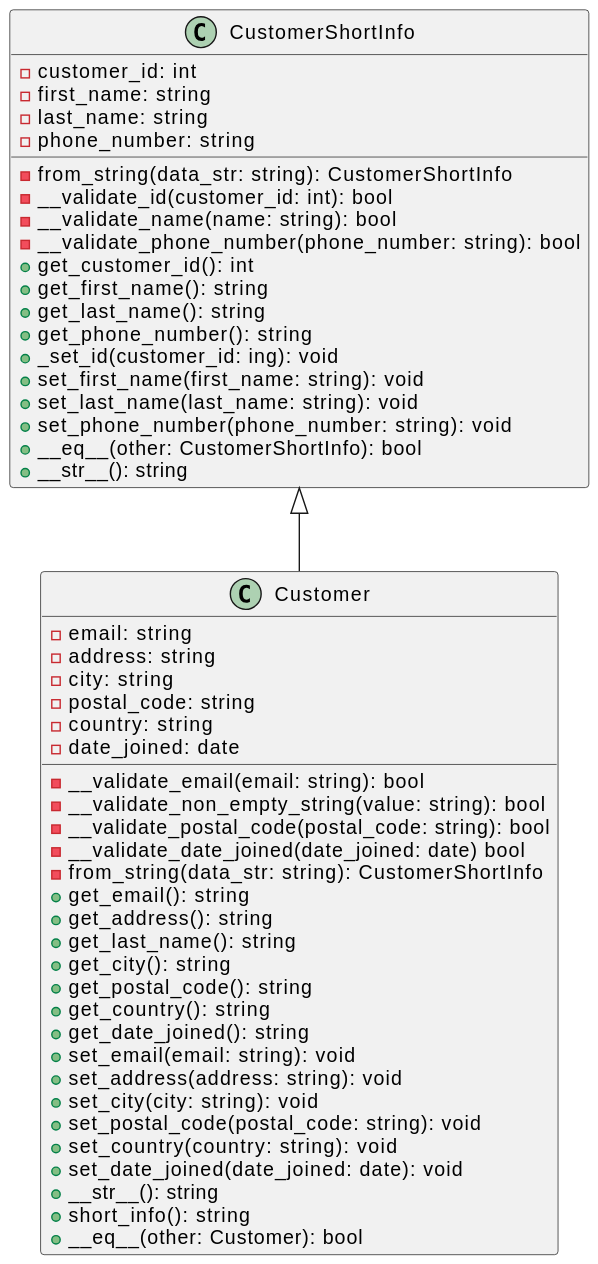
The PlantUML diagram Class_Diagram.svg in AndreyDerkatch/InformationSystemDesign, before a commit.
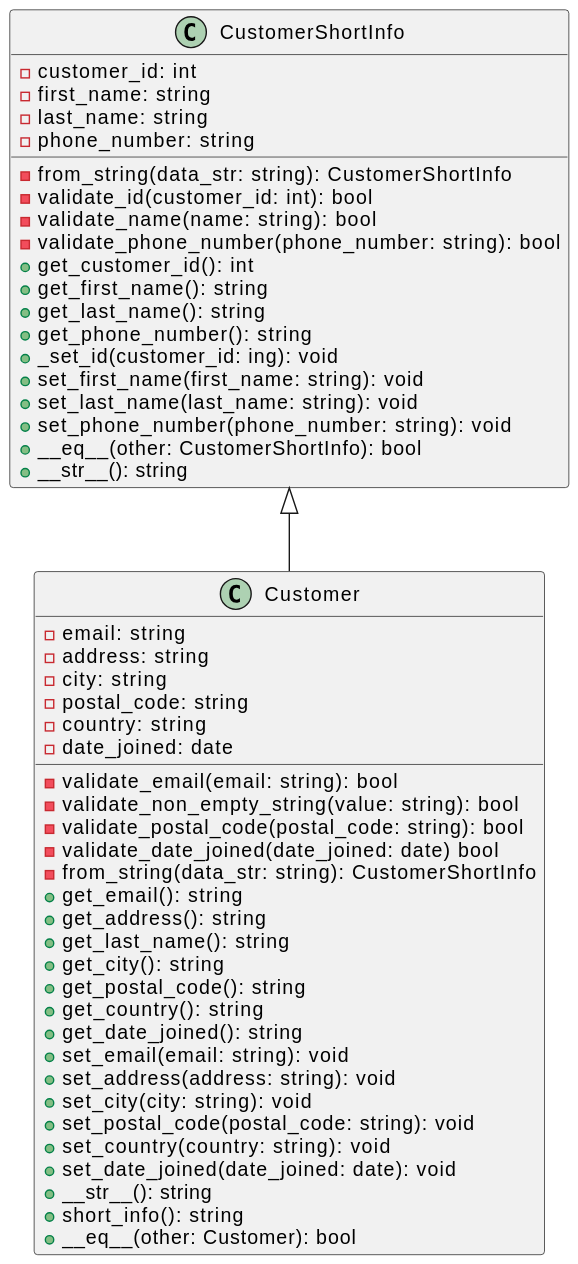
Above is the later version.

Commit message:
Обновление диаграммы классов

Diff of the diagram source:
```diff
@@ -9,9 +9,9 @@
 -phone_number: string
 
 -from_string(data_str: string): CustomerShortInfo
--__validate_id(customer_id: int): bool
--__validate_name(name: string): bool
--__validate_phone_number(phone_number: string): bool
+-validate_id(customer_id: int): bool
+-validate_name(name: string): bool
+-validate_phone_number(phone_number: string): bool
 +get_customer_id(): int
 +get_first_name(): string
 +get_last_name(): string
@@ -33,10 +33,10 @@
 -country: string
 -date_joined: date
 
--__validate_email(email: string): bool
--__validate_non_empty_string(value: string): bool
--__validate_postal_code(postal_code: string): bool
--__validate_date_joined(date_joined: date) bool
+-validate_email(email: string): bool
+-validate_non_empty_string(value: string): bool
+-validate_postal_code(postal_code: string): bool
+-validate_date_joined(date_joined: date) bool
 -from_string(data_str: string): CustomerShortInfo
 +get_email(): string
 +get_address(): string
```
